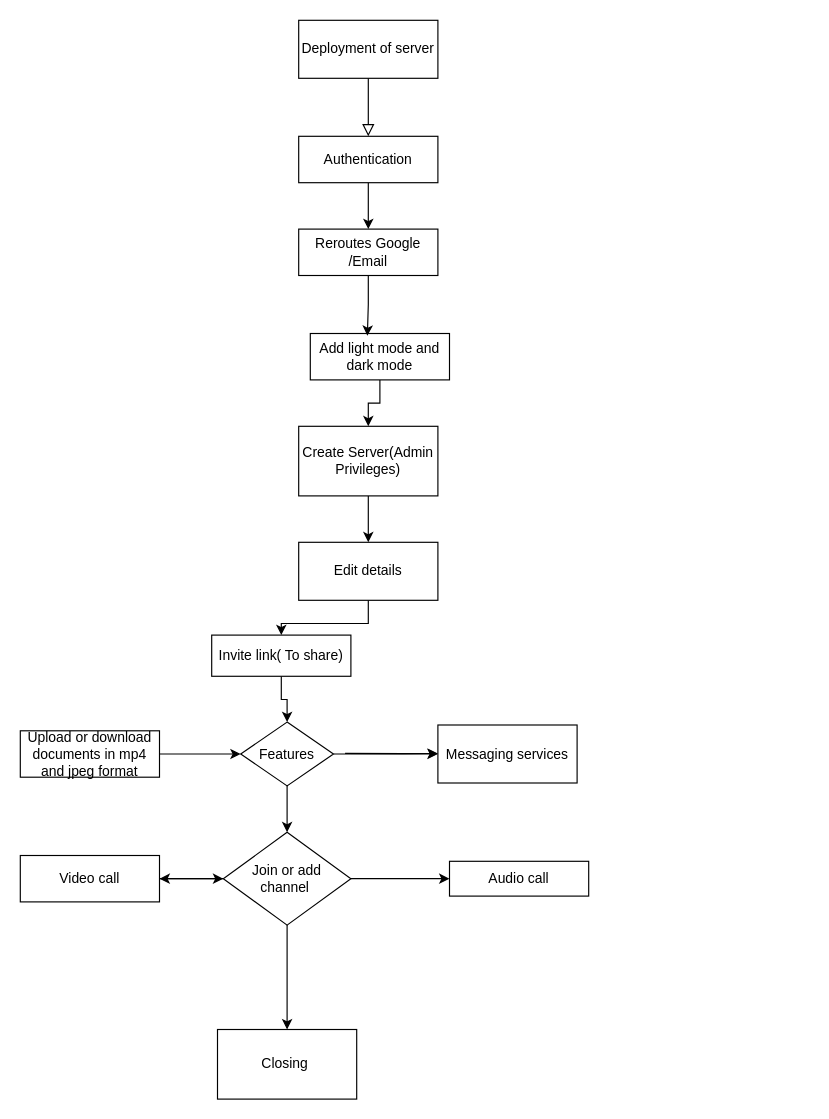
Above: prisma/Untitled Diagram.drawio in TheUnhackableOne/discord-clone (draw.io), before the change. Source tidied: cells renumbered, new cells numbered last; positions are measured from the earlier drawing's top-left corner, leaving out a move shared by most shapes. Both pictures are drawn from the tidied source at 116%, with x=0, y=0 at pixel (20, 20).
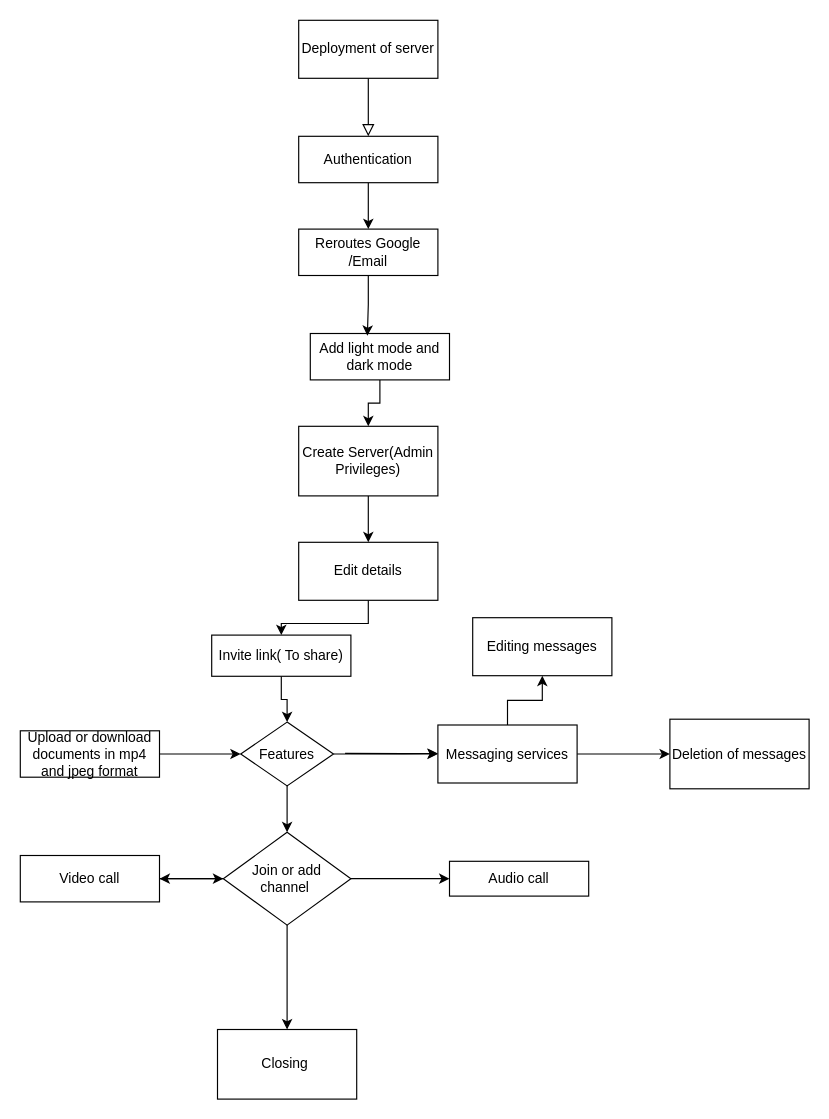
Above is the later version.

The change refers to these unchanged cells:
```xml
<mxCell id="13" value="Messaging services" style="rounded=0;whiteSpace=wrap;html=1;" parent="1" vertex="1">
  <mxGeometry x="360" y="607.5" width="120" height="50" as="geometry" />
</mxCell>
```

What changed in the source:
```diff
@@
+    <mxCell id="31" style="edgeStyle=orthogonalEdgeStyle;rounded=0;jettySize=auto;html=1;" parent="1" edge="1" source="13" target="33">
+      <mxGeometry relative="1" as="geometry" />
+    </mxCell>
+    <mxCell id="32" style="edgeStyle=orthogonalEdgeStyle;rounded=0;jettySize=auto;html=1;" parent="1" edge="1" source="13" target="34">
+      <mxGeometry relative="1" as="geometry" />
+    </mxCell>
@@
+    <mxCell id="33" value="Deletion of messages" style="whiteSpace=wrap;html=1;rounded=0;" parent="1" vertex="1">
+      <mxGeometry x="560" y="602.5" width="120" height="60" as="geometry" />
+    </mxCell>
+    <mxCell id="34" value="Editing messages" style="rounded=0;whiteSpace=wrap;html=1;" parent="1" vertex="1">
+      <mxGeometry x="390" y="515" width="120" height="50" as="geometry" />
+    </mxCell>
```
